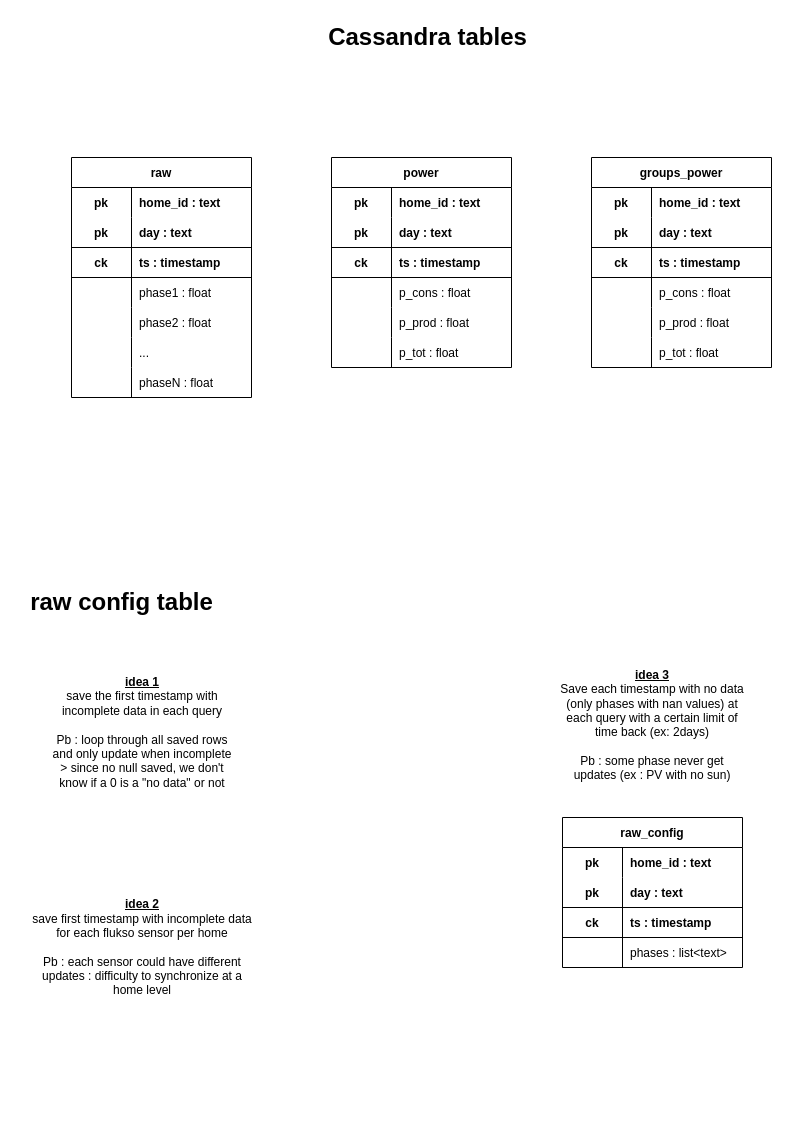
Earlier version of the draw.io diagram page "cassandra tables" (1 of 9) of documentation/documentation_diagrams.drawio (AlexandreHnf/Voisin-d-energie-ULB). Source tidied: cells renumbered, new cells numbered last; positions are measured from the earlier drawing's top-left corner, leaving out a move shared by most shapes. Both pictures are drawn from the tidied source at 100%, with x=0, y=0 at pixel (27, 17).
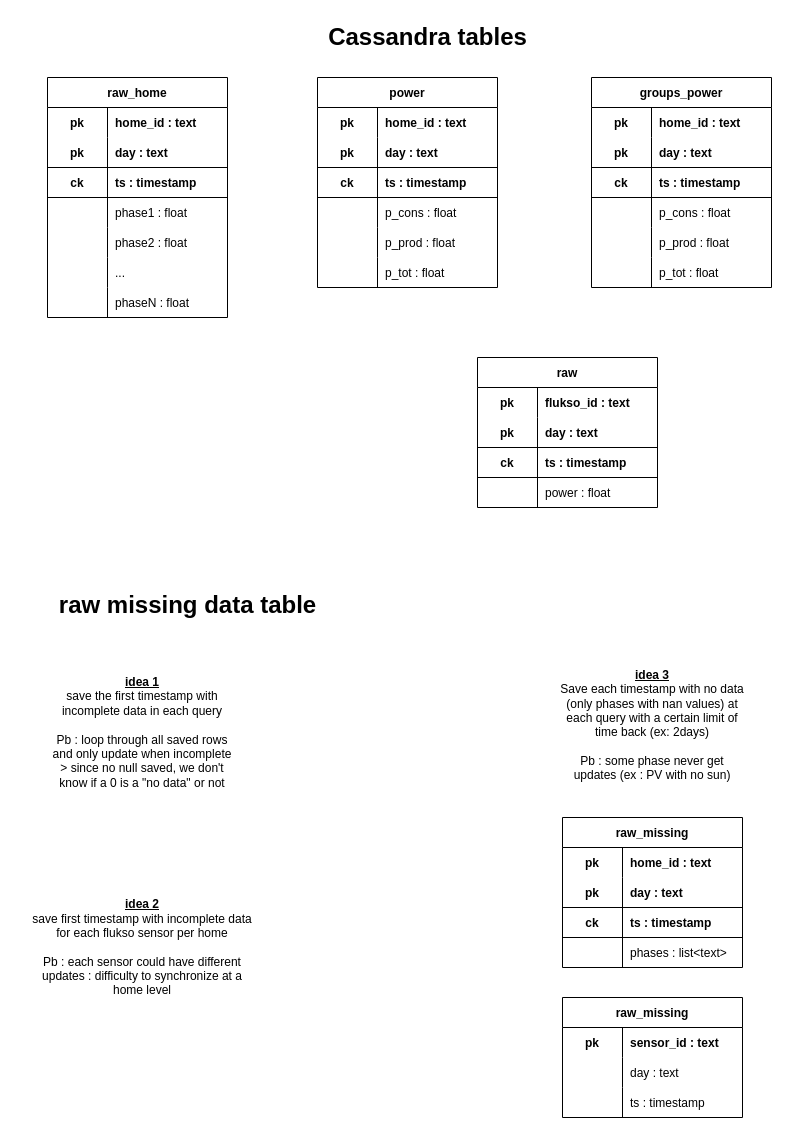
Above is the later version.

Change to the diagram source:
```diff
@@
-    <mxCell id="2" value="raw" style="shape=table;startSize=30;childLayout=tableLayout;rowLines=0;fontStyle=1;align=center;" parent="1" vertex="1">
-      <mxGeometry x="44" y="140" width="180" height="240" as="geometry" />
+    <mxCell id="2" value="raw_home" style="shape=table;startSize=30;childLayout=tableLayout;rowLines=0;fontStyle=1;align=center;" parent="1" vertex="1">
+      <mxGeometry x="20" y="60" width="180" height="240" as="geometry" />
     </mxCell>
@@
     <mxCell id="24" value="power" style="shape=table;startSize=30;childLayout=tableLayout;rowLines=0;fontStyle=1;align=center;" parent="1" vertex="1">
-      <mxGeometry x="304" y="140" width="180" height="210" as="geometry" />
+      <mxGeometry x="290" y="60" width="180" height="210" as="geometry" />
     </mxCell>
@@
     <mxCell id="43" value="groups_power" style="shape=table;startSize=30;childLayout=tableLayout;rowLines=0;fontStyle=1;align=center;" parent="1" vertex="1">
-      <mxGeometry x="564" y="140" width="180" height="210" as="geometry" />
+      <mxGeometry x="564" y="60" width="180" height="210" as="geometry" />
     </mxCell>
@@
-    <mxCell id="63" value="raw_config" style="shape=table;startSize=30;childLayout=tableLayout;rowLines=0;fontStyle=1;align=center;" parent="1" vertex="1">
+    <mxCell id="63" value="raw_missing" style="shape=table;startSize=30;childLayout=tableLayout;rowLines=0;fontStyle=1;align=center;" parent="1" vertex="1">
       <mxGeometry x="535" y="800" width="180" height="150" as="geometry" />
     </mxCell>
@@
-    <mxCell id="76" value="raw config table" style="text;strokeColor=none;fillColor=none;html=1;fontSize=24;fontStyle=1;verticalAlign=middle;align=center;" parent="1" vertex="1">
-      <mxGeometry x="44" y="570" width="100" height="30" as="geometry" />
+    <mxCell id="76" value="raw missing data table" style="text;strokeColor=none;fillColor=none;html=1;fontSize=24;fontStyle=1;verticalAlign=middle;align=center;" parent="1" vertex="1">
+      <mxGeometry x="-10" y="570" width="340" height="35" as="geometry" />
     </mxCell>
@@
+    <mxCell id="80" value="raw" style="shape=table;startSize=30;childLayout=tableLayout;rowLines=0;fontStyle=1;align=center;" parent="1" vertex="1">
+      <mxGeometry x="450" y="340" width="180" height="150" as="geometry" />
+    </mxCell>
+    <mxCell id="81" style="shape=tableRow;horizontal=0;startSize=0;swimlaneHead=0;swimlaneBody=0;fillColor=none;top=0;left=0;right=0;bottom=0;" parent="80" vertex="1">
+      <mxGeometry y="30" width="180" height="30" as="geometry" />
+    </mxCell>
+    <mxCell id="82" value="pk" style="shape=partialRectangle;fillColor=none;top=0;left=0;bottom=0;right=0;fontStyle=1;overflow=hidden;" parent="81" vertex="1">
+      <mxGeometry width="60" height="30" as="geometry" />
+    </mxCell>
+    <mxCell id="83" value="flukso_id : text" style="shape=partialRectangle;fillColor=none;top=0;left=0;bottom=0;right=0;align=left;spacingLeft=6;fontStyle=1;overflow=hidden;" parent="81" vertex="1">
+      <mxGeometry x="60" width="120" height="30" as="geometry" />
+    </mxCell>
+    <mxCell id="84" style="shape=tableRow;horizontal=0;startSize=0;swimlaneHead=0;swimlaneBody=0;fillColor=none;top=0;left=0;right=0;bottom=1;" parent="80" vertex="1">
+      <mxGeometry y="60" width="180" height="30" as="geometry" />
+    </mxCell>
+    <mxCell id="85" value="pk" style="shape=partialRectangle;fillColor=none;top=0;left=0;bottom=0;right=0;fontStyle=1;overflow=hidden;" parent="84" vertex="1">
+      <mxGeometry width="60" height="30" as="geometry" />
+    </mxCell>
+    <mxCell id="86" value="day : text" style="shape=partialRectangle;fillColor=none;top=0;left=0;bottom=0;right=0;align=left;spacingLeft=6;fontStyle=1;overflow=hidden;" parent="84" vertex="1">
+      <mxGeometry x="60" width="120" height="30" as="geometry" />
+    </mxCell>
+    <mxCell id="87" style="shape=tableRow;horizontal=0;startSize=0;swimlaneHead=0;swimlaneBody=0;fillColor=none;top=0;left=0;right=0;bottom=1;" parent="80" vertex="1">
+      <mxGeometry y="90" width="180" height="30" as="geometry" />
+    </mxCell>
+    <mxCell id="88" value="ck" style="shape=partialRectangle;fillColor=none;top=0;left=0;bottom=0;right=0;fontStyle=1;overflow=hidden;" parent="87" vertex="1">
+      <mxGeometry width="60" height="30" as="geometry" />
+    </mxCell>
+    <mxCell id="89" value="ts : timestamp" style="shape=partialRectangle;fillColor=none;top=0;left=0;bottom=0;right=0;align=left;spacingLeft=6;fontStyle=1;overflow=hidden;" parent="87" vertex="1">
+      <mxGeometry x="60" width="120" height="30" as="geometry" />
+    </mxCell>
+    <mxCell id="90" style="shape=tableRow;horizontal=0;startSize=0;swimlaneHead=0;swimlaneBody=0;fillColor=none;top=0;left=0;right=0;bottom=0;" parent="80" vertex="1">
+      <mxGeometry y="120" width="180" height="30" as="geometry" />
+    </mxCell>
+    <mxCell id="91" style="shape=partialRectangle;fillColor=none;top=0;left=0;bottom=0;right=0;overflow=hidden;" parent="90" vertex="1">
+      <mxGeometry width="60" height="30" as="geometry" />
+    </mxCell>
+    <mxCell id="92" value="power : float" style="shape=partialRectangle;fillColor=none;top=0;left=0;bottom=0;right=0;align=left;spacingLeft=6;overflow=hidden;" parent="90" vertex="1">
+      <mxGeometry x="60" width="120" height="30" as="geometry" />
+    </mxCell>
+    <mxCell id="93" value="raw_missing" style="shape=table;startSize=30;childLayout=tableLayout;rowLines=0;fontStyle=1;align=center;" parent="1" vertex="1">
+      <mxGeometry x="535" y="980" width="180" height="120" as="geometry" />
+    </mxCell>
+    <mxCell id="94" style="shape=tableRow;horizontal=0;startSize=0;swimlaneHead=0;swimlaneBody=0;fillColor=none;top=0;left=0;right=0;bottom=0;" parent="93" vertex="1">
+      <mxGeometry y="30" width="180" height="30" as="geometry" />
+    </mxCell>
+    <mxCell id="95" value="pk" style="shape=partialRectangle;fillColor=none;top=0;left=0;bottom=0;right=0;fontStyle=1;overflow=hidden;" parent="94" vertex="1">
+      <mxGeometry width="60" height="30" as="geometry" />
+    </mxCell>
+    <mxCell id="96" value="sensor_id : text" style="shape=partialRectangle;fillColor=none;top=0;left=0;bottom=0;right=0;align=left;spacingLeft=6;fontStyle=1;overflow=hidden;" parent="94" vertex="1">
+      <mxGeometry x="60" width="120" height="30" as="geometry" />
+    </mxCell>
+    <mxCell id="97" style="shape=tableRow;horizontal=0;startSize=0;swimlaneHead=0;swimlaneBody=0;fillColor=none;top=0;left=0;right=0;bottom=0;" parent="93" vertex="1">
+      <mxGeometry y="60" width="180" height="30" as="geometry" />
+    </mxCell>
+    <mxCell id="98" style="shape=partialRectangle;fillColor=none;top=0;left=0;bottom=0;right=0;overflow=hidden;" parent="97" vertex="1">
+      <mxGeometry width="60" height="30" as="geometry" />
+    </mxCell>
+    <mxCell id="99" value="day : text" style="shape=partialRectangle;fillColor=none;top=0;left=0;bottom=0;right=0;align=left;spacingLeft=6;overflow=hidden;" parent="97" vertex="1">
+      <mxGeometry x="60" width="120" height="30" as="geometry" />
+    </mxCell>
+    <mxCell id="100" style="shape=tableRow;horizontal=0;startSize=0;swimlaneHead=0;swimlaneBody=0;fillColor=none;top=0;left=0;right=0;bottom=0;" parent="93" vertex="1">
+      <mxGeometry y="90" width="180" height="30" as="geometry" />
+    </mxCell>
+    <mxCell id="101" style="shape=partialRectangle;fillColor=none;top=0;left=0;bottom=0;right=0;overflow=hidden;" parent="100" vertex="1">
+      <mxGeometry width="60" height="30" as="geometry" />
+    </mxCell>
+    <mxCell id="102" value="ts : timestamp" style="shape=partialRectangle;fillColor=none;top=0;left=0;bottom=0;right=0;align=left;spacingLeft=6;overflow=hidden;" parent="100" vertex="1">
+      <mxGeometry x="60" width="120" height="30" as="geometry" />
+    </mxCell>
```
